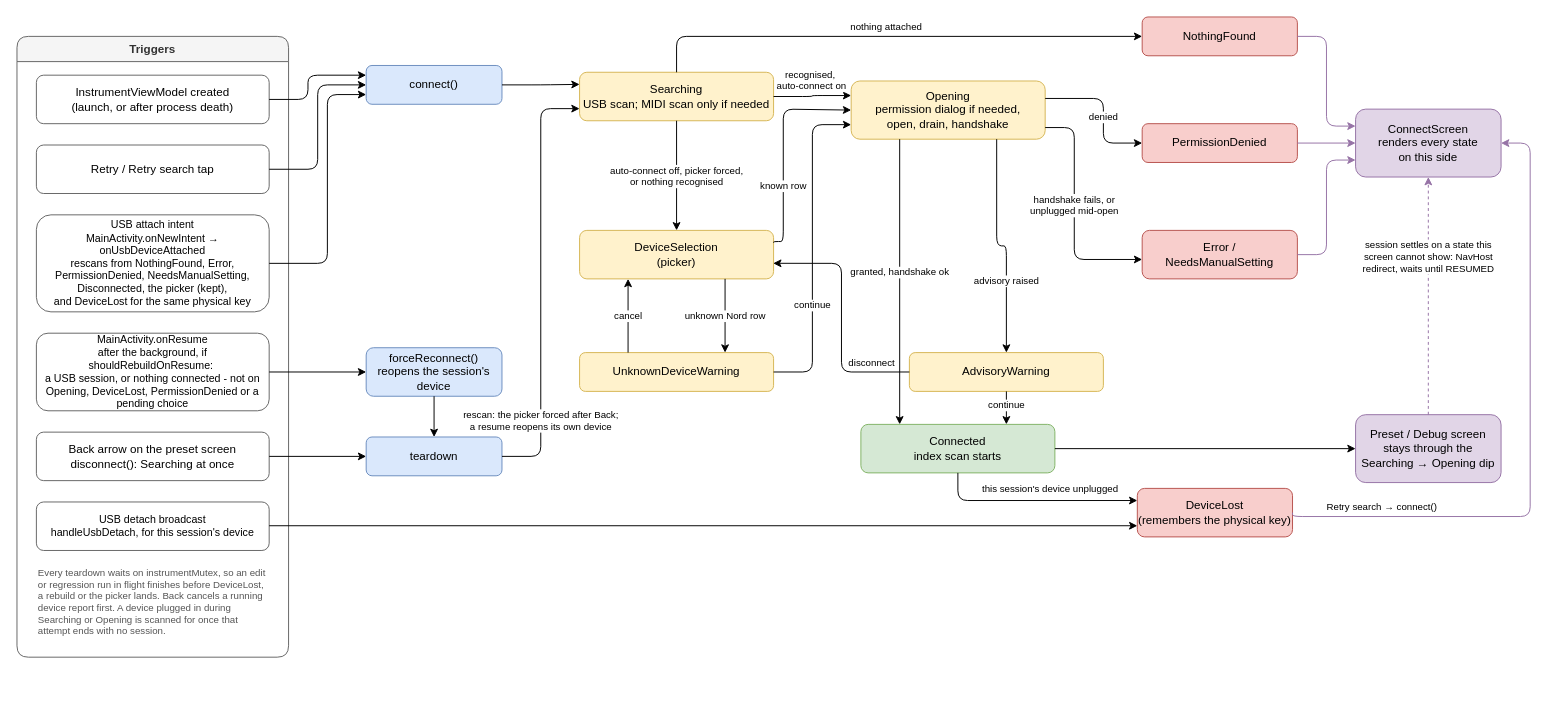
Earlier version of the draw.io diagram docs/usb_session.drawio (steinachim/patchpilot). Source tidied: cells renumbered, new cells numbered last; positions are measured from the earlier drawing's top-left corner, leaving out a move shared by most shapes. Both pictures are drawn from the tidied source at 97%, with x=0, y=0 at pixel (16, 16).
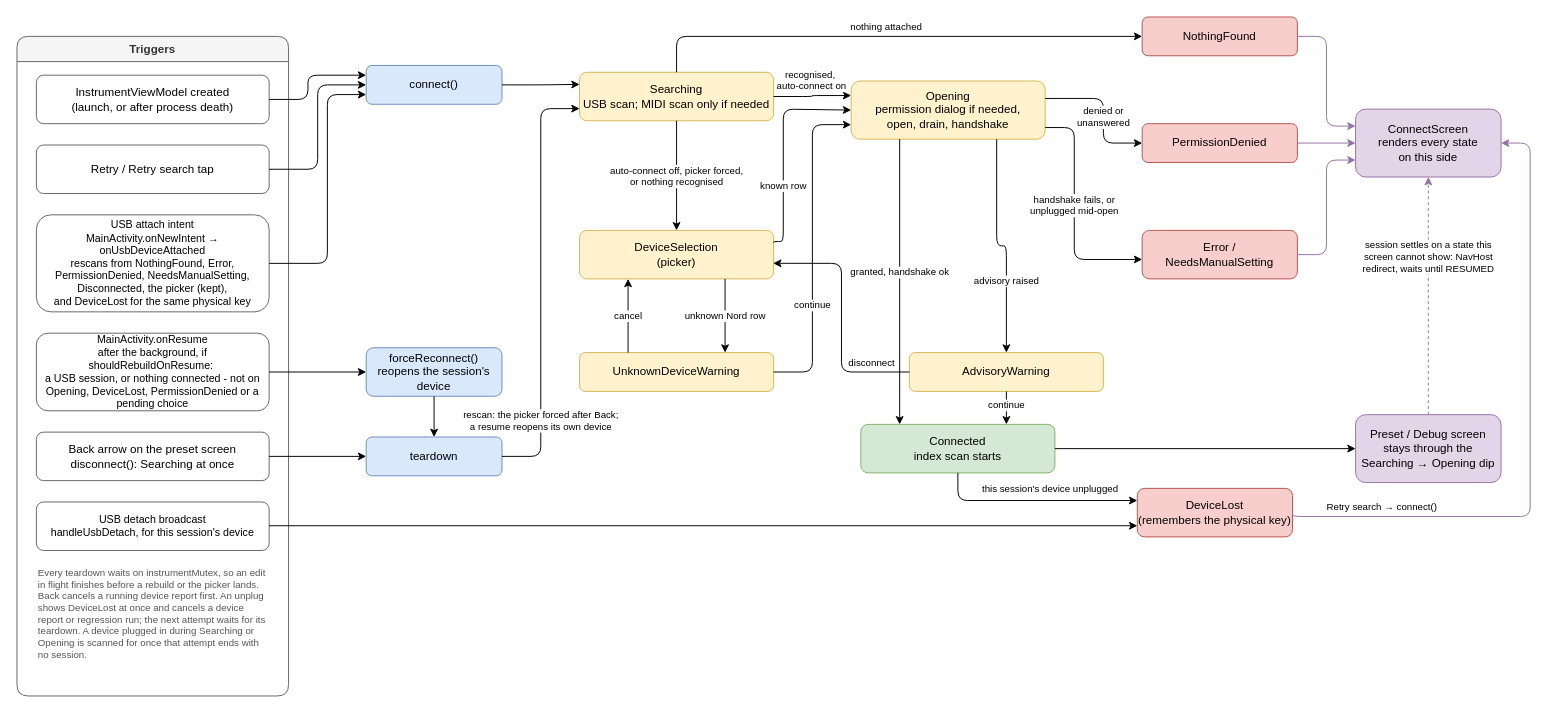
The same page after the edit.

The change refers to these unchanged cells:
```xml
<mxCell id="16" value="Opening&#10;permission dialog if needed,&#10;open, drain, handshake" style="rounded=1;whiteSpace=wrap;html=1;fillColor=#fff2cc;strokeColor=#d6b656;" parent="1" vertex="1">
  <mxGeometry x="860" y="66" width="200" height="60" as="geometry" />
</mxCell>
<mxCell id="20" value="PermissionDenied" style="rounded=1;whiteSpace=wrap;html=1;fillColor=#f8cecc;strokeColor=#b85450;" parent="1" vertex="1">
  <mxGeometry x="1160" y="110" width="160" height="40" as="geometry" />
</mxCell>
```

Change to the diagram source:
```diff
@@
     <mxCell id="2" value="Triggers" style="swimlane;fontStyle=1;horizontal=1;startSize=26;fillColor=#f5f5f5;strokeColor=#666666;fontColor=#333333;rounded=1;" parent="1" vertex="1">
-      <mxGeometry y="20" width="280" height="640" as="geometry" />
+      <mxGeometry y="20" width="280" height="680" as="geometry" />
     </mxCell>
@@
-    <mxCell id="9" value="Every teardown waits on instrumentMutex, so an edit or regression run in flight finishes before DeviceLost, a rebuild or the picker lands. Back cancels a running device report first. A device plugged in during Searching or Opening is scanned for once that attempt ends with no session." style="text;html=1;whiteSpace=wrap;align=left;verticalAlign=top;fontSize=10;fontColor=#555555;" parent="2" vertex="1">
-      <mxGeometry x="20" y="541" width="240" height="80" as="geometry" />
+    <mxCell id="9" value="Every teardown waits on instrumentMutex, so an edit in flight finishes before a rebuild or the picker lands. Back cancels a running device report first. An unplug shows DeviceLost at once and cancels a device report or regression run; the next attempt waits for its teardown. A device plugged in during Searching or Opening is scanned for once that attempt ends with no session." style="text;html=1;whiteSpace=wrap;align=left;verticalAlign=top;fontSize=10;fontColor=#555555;" parent="2" vertex="1">
+      <mxGeometry x="20" y="541" width="240" height="130" as="geometry" />
     </mxCell>
@@
-    <mxCell id="39" value="denied" style="edgeStyle=orthogonalEdgeStyle;rounded=1;html=1;exitX=1;exitY=0.3;entryX=0;entryY=0.5;fontSize=10;labelBackgroundColor=#ffffff;" parent="1" edge="1" source="16" target="20">
+    <mxCell id="39" value="denied or&lt;br&gt;unanswered" style="edgeStyle=orthogonalEdgeStyle;rounded=1;html=1;exitX=1;exitY=0.3;entryX=0;entryY=0.5;fontSize=10;labelBackgroundColor=#ffffff;" parent="1" edge="1" source="16" target="20">
       <mxGeometry x="0.08" relative="1" as="geometry">
         <Array as="points">
           <mxPoint x="1120" y="84" />
           <mxPoint x="1120" y="130" />
         </Array>
       </mxGeometry>
     </mxCell>
```
